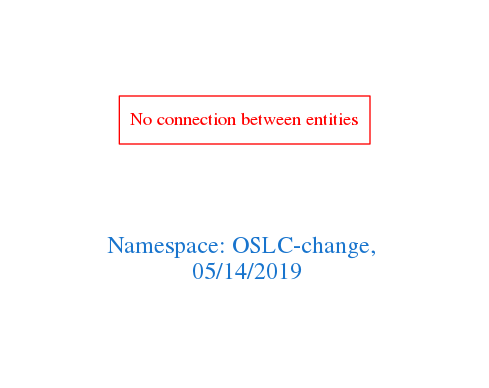
The Graphviz diagram downloads/OSLC-change.png in arago/OGIT, before a commit. Its source is kept beside it as downloads/OSLC-change.dot.
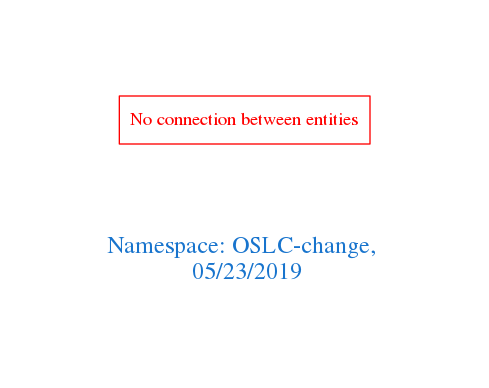
The same diagram one commit later.

What changed in the source:
```diff
@@ -1,7 +1,7 @@
 digraph OGIT_ontology {
  graph [ rankdir= LR,pad=1
 fontsize = 18,
-fontcolor= dodgerblue3,label = "\n\n\nNamespace: OSLC-change, \n 05/14/2019"];
+fontcolor= dodgerblue3,label = "\n\n\nNamespace: OSLC-change, \n 05/23/2019"];
 node[shape=polygon];
 edge [  color="gray81"];
 
```
